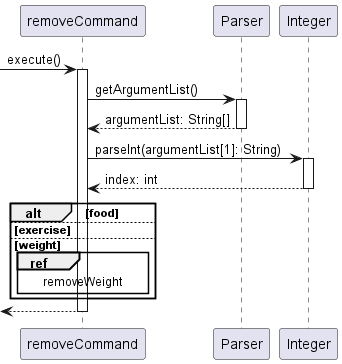
Earlier version of the PlantUML export docs/UmlDiagrams/Remove.png (nus-cs2113-AY2223S1/tp). The source it was exported from:
```plantuml
@startuml

autoactivate on

-> removeCommand: execute()
    removeCommand -> Parser: getArgumentList()
    return argumentList: String[]
    removeCommand -> "Integer": parseInt(argumentList[1]: String)
    return index: int
    alt food

    else exercise

    else weight
        ref over removeCommand: removeWeight
    end
return

@enduml
```
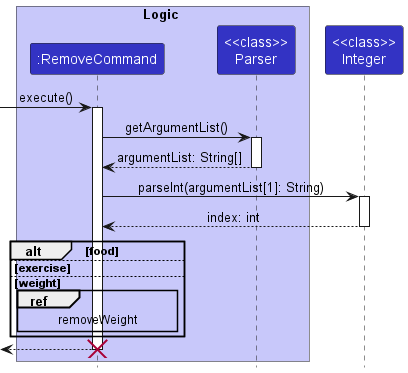
Later version of the same file.

What changed in the source:
```diff
@@ -1,9 +1,18 @@
 @startuml
+
+!include style.puml
 
 autoactivate on
 
--> removeCommand: execute()
-    removeCommand -> Parser: getArgumentList()
+box Logic LOGIC_COLOR_T1
+participant ":RemoveCommand" as removeCommand LOGIC_COLOR
+participant "<<class>>\nParser" as parser LOGIC_COLOR
+end box
+
+participant "<<class>>\nInteger" as Integer LOGIC_COLOR
+
+[-> removeCommand: execute()
+    removeCommand -> parser: getArgumentList()
     return argumentList: String[]
     removeCommand -> "Integer": parseInt(argumentList[1]: String)
     return index: int
@@ -15,5 +24,6 @@
         ref over removeCommand: removeWeight
     end
 return
+destroy removeCommand
 
 @enduml
```
